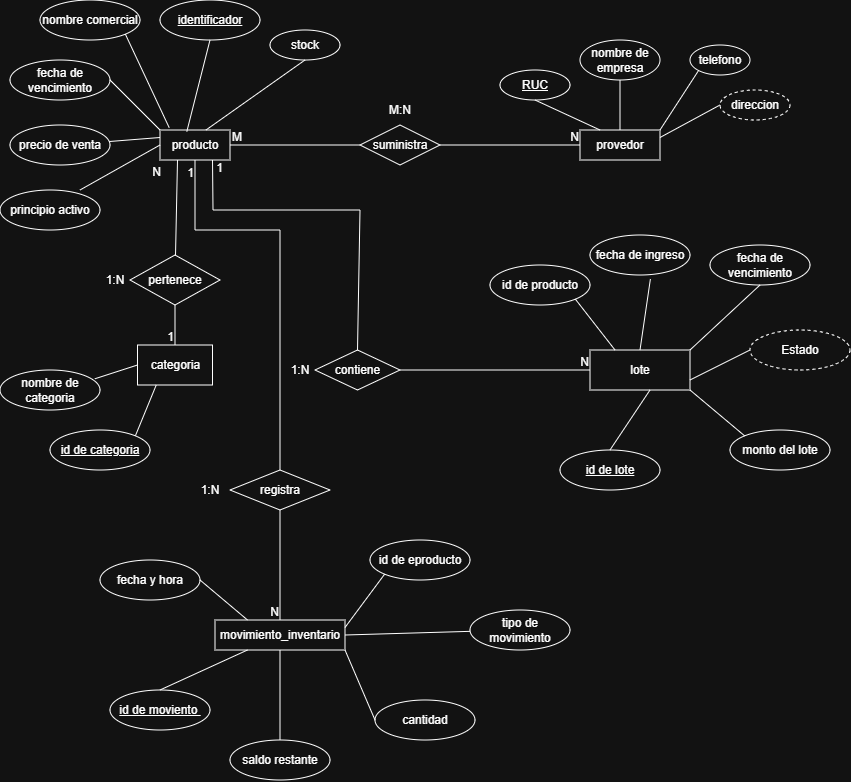
The draw.io diagram Modelo-ER-ProyectoU1.png in Criss-21/Diagramas-Base-De-DAtos, before a commit. Source tidied: cells renumbered, new cells last; positions are measured from the earlier drawing's top-left corner, leaving out a move shared by most shapes.
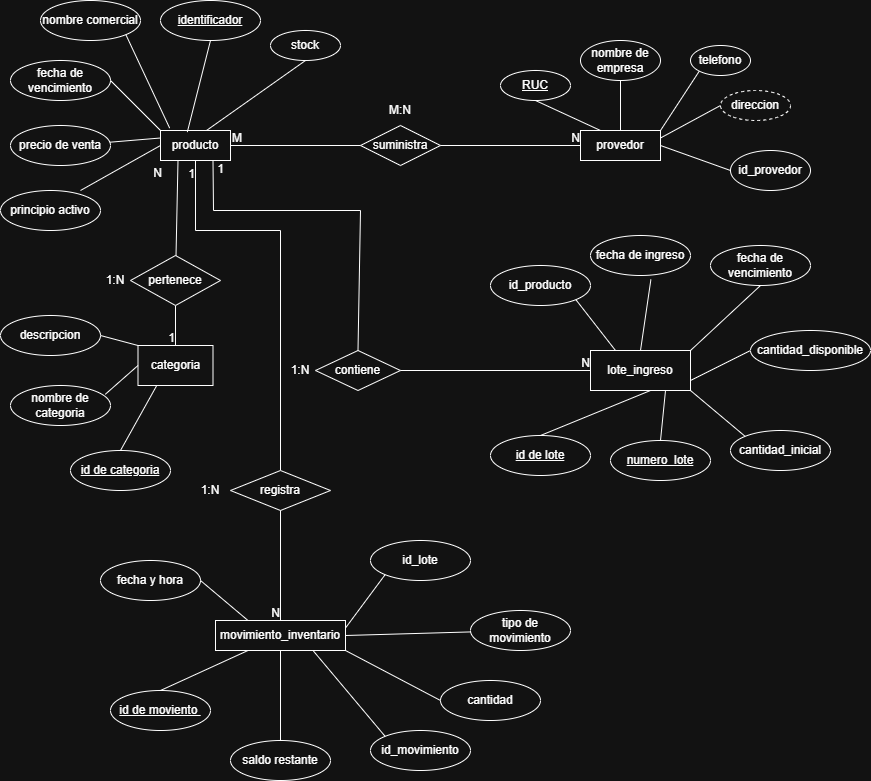
After the commit.

What changed in the source:
```diff
@@ -87,38 +87,35 @@
       <mxGeometry x="137.5" y="345" width="75" height="40" as="geometry" />
     </mxCell>
     <mxCell id="30" value="nombre de categoria" style="ellipse;whiteSpace=wrap;html=1;align=center;" parent="1" vertex="1">
-      <mxGeometry y="370" width="100" height="40" as="geometry" />
+      <mxGeometry x="10" y="385" width="100" height="40" as="geometry" />
     </mxCell>
     <mxCell id="31" style="endArrow=none;html=1;rounded=0;entryX=0.948;entryY=0.22;entryDx=0;entryDy=0;exitX=0;exitY=0.5;exitDx=0;exitDy=0;entryPerimeter=0;" parent="1" edge="1" source="29" target="30">
       <mxGeometry relative="1" as="geometry" />
     </mxCell>
-    <mxCell id="32" style="endArrow=none;html=1;rounded=0;exitX=1;exitY=0;exitDx=0;exitDy=0;entryX=0.25;entryY=1;entryDx=0;entryDy=0;" parent="1" edge="1" source="39" target="29">
+    <mxCell id="32" style="endArrow=none;html=1;rounded=0;exitX=0.5;exitY=0;exitDx=0;exitDy=0;entryX=0.25;entryY=1;entryDx=0;entryDy=0;" parent="1" edge="1" source="39" target="29">
       <mxGeometry relative="1" as="geometry" />
     </mxCell>
-    <mxCell id="33" value="lote" style="whiteSpace=wrap;html=1;align=center;" parent="1" vertex="1">
+    <mxCell id="33" value="lote_ingreso" style="whiteSpace=wrap;html=1;align=center;" parent="1" vertex="1">
       <mxGeometry x="590" y="350" width="100" height="40" as="geometry" />
     </mxCell>
     <mxCell id="34" value="fecha de ingreso" style="ellipse;whiteSpace=wrap;html=1;align=center;" parent="1" vertex="1">
       <mxGeometry x="590" y="235" width="100" height="40" as="geometry" />
     </mxCell>
-    <mxCell id="35" value="id de producto" style="ellipse;whiteSpace=wrap;html=1;align=center;" parent="1" vertex="1">
+    <mxCell id="35" value="id_producto" style="ellipse;whiteSpace=wrap;html=1;align=center;" parent="1" vertex="1">
       <mxGeometry x="490" y="265" width="100" height="40" as="geometry" />
     </mxCell>
     <mxCell id="36" value="id de lote" style="ellipse;whiteSpace=wrap;html=1;align=center;fontStyle=4;" parent="1" vertex="1">
-      <mxGeometry x="560" y="450" width="100" height="40" as="geometry" />
+      <mxGeometry x="490" y="435" width="100" height="40" as="geometry" />
     </mxCell>
-    <mxCell id="37" value="monto del lote" style="ellipse;whiteSpace=wrap;html=1;align=center;" parent="1" vertex="1">
+    <mxCell id="37" value="cantidad_inicial" style="ellipse;whiteSpace=wrap;html=1;align=center;" parent="1" vertex="1">
       <mxGeometry x="730" y="430" width="100" height="40" as="geometry" />
     </mxCell>
     <mxCell id="38" value="fecha de vencimiento" style="ellipse;whiteSpace=wrap;html=1;align=center;" parent="1" vertex="1">
       <mxGeometry x="710" y="245" width="100" height="40" as="geometry" />
     </mxCell>
     <mxCell id="39" value="id de categoria" style="ellipse;whiteSpace=wrap;html=1;align=center;fontStyle=4;" parent="1" vertex="1">
-      <mxGeometry x="50" y="430" width="100" height="40" as="geometry" />
+      <mxGeometry x="70" y="450" width="100" height="40" as="geometry" />
     </mxCell>
-    <mxCell id="40" value="Estado" style="ellipse;whiteSpace=wrap;html=1;align=center;dashed=1;" parent="1" vertex="1">
-      <mxGeometry x="750" y="330" width="100" height="40" as="geometry" />
-    </mxCell>
     <mxCell id="41" style="endArrow=none;html=1;rounded=0;entryX=1;entryY=1;entryDx=0;entryDy=0;exitX=0.25;exitY=0;exitDx=0;exitDy=0;" parent="1" edge="1" source="33" target="35">
       <mxGeometry relative="1" as="geometry" />
     </mxCell>
@@ -134,13 +131,15 @@
     <mxCell id="45" style="endArrow=none;html=1;rounded=0;entryX=1;entryY=1;entryDx=0;entryDy=0;exitX=0;exitY=0;exitDx=0;exitDy=0;" parent="1" edge="1" source="37" target="33">
       <mxGeometry relative="1" as="geometry" />
     </mxCell>
-    <mxCell id="46" style="endArrow=none;html=1;rounded=0;exitX=0;exitY=0.5;exitDx=0;exitDy=0;entryX=1;entryY=0.75;entryDx=0;entryDy=0;" parent="1" edge="1" source="40" target="33">
-      <mxGeometry relative="1" as="geometry" />
+    <mxCell id="46" style="endArrow=none;html=1;rounded=0;exitX=0;exitY=0.5;exitDx=0;exitDy=0;entryX=1;entryY=0.75;entryDx=0;entryDy=0;" parent="1" edge="1" target="33">
+      <mxGeometry relative="1" as="geometry">
+        <mxPoint x="750" y="350" as="sourcePoint" />
+      </mxGeometry>
     </mxCell>
     <mxCell id="47" value="movimiento_inventario" style="whiteSpace=wrap;html=1;align=center;" parent="1" vertex="1">
       <mxGeometry x="215" y="620" width="130" height="30" as="geometry" />
     </mxCell>
-    <mxCell id="48" value="id de eproducto" style="ellipse;whiteSpace=wrap;html=1;align=center;" parent="1" vertex="1">
+    <mxCell id="48" value="id_lote" style="ellipse;whiteSpace=wrap;html=1;align=center;" parent="1" vertex="1">
       <mxGeometry x="370" y="540" width="100" height="40" as="geometry" />
     </mxCell>
     <mxCell id="49" value="id de moviento&amp;nbsp;" style="ellipse;whiteSpace=wrap;html=1;align=center;fontStyle=4;" parent="1" vertex="1">
@@ -150,7 +149,7 @@
       <mxGeometry x="470" y="610" width="100" height="40" as="geometry" />
     </mxCell>
     <mxCell id="51" value="cantidad" style="ellipse;whiteSpace=wrap;html=1;align=center;" parent="1" vertex="1">
-      <mxGeometry x="375" y="700" width="100" height="40" as="geometry" />
+      <mxGeometry x="440" y="680" width="100" height="40" as="geometry" />
     </mxCell>
     <mxCell id="52" value="fecha y hora" style="ellipse;whiteSpace=wrap;html=1;align=center;" parent="1" vertex="1">
       <mxGeometry x="100" y="560" width="100" height="40" as="geometry" />
@@ -249,5 +248,32 @@
     <mxCell id="78" value="1:N" style="text;html=1;whiteSpace=wrap;strokeColor=none;fillColor=none;align=center;verticalAlign=middle;rounded=0;" parent="1" vertex="1">
       <mxGeometry x="180" y="475" width="60" height="30" as="geometry" />
     </mxCell>
+    <mxCell id="79" value="descripcion" style="ellipse;whiteSpace=wrap;html=1;align=center;" parent="1" vertex="1">
+      <mxGeometry y="315" width="100" height="40" as="geometry" />
+    </mxCell>
+    <mxCell id="80" style="endArrow=none;html=1;rounded=0;entryX=0;entryY=0;entryDx=0;entryDy=0;exitX=1;exitY=0.5;exitDx=0;exitDy=0;" parent="1" edge="1" source="79" target="29">
+      <mxGeometry relative="1" as="geometry" />
+    </mxCell>
+    <mxCell id="81" value="id_provedor" style="ellipse;whiteSpace=wrap;html=1;align=center;" parent="1" vertex="1">
+      <mxGeometry x="730" y="150" width="80" height="40" as="geometry" />
+    </mxCell>
+    <mxCell id="82" style="endArrow=none;html=1;rounded=0;entryX=1;entryY=0.5;entryDx=0;entryDy=0;exitX=0;exitY=0.5;exitDx=0;exitDy=0;" parent="1" edge="1" source="81" target="15">
+      <mxGeometry relative="1" as="geometry" />
+    </mxCell>
+    <mxCell id="83" value="cantidad_disponible" style="ellipse;whiteSpace=wrap;html=1;align=center;" parent="1" vertex="1">
+      <mxGeometry x="750" y="330" width="120" height="40" as="geometry" />
+    </mxCell>
+    <mxCell id="84" value="numero_lote" style="ellipse;whiteSpace=wrap;html=1;align=center;fontStyle=4;" parent="1" vertex="1">
+      <mxGeometry x="610" y="440" width="100" height="40" as="geometry" />
+    </mxCell>
+    <mxCell id="85" style="endArrow=none;html=1;rounded=0;entryX=0.75;entryY=1;entryDx=0;entryDy=0;exitX=0.5;exitY=0;exitDx=0;exitDy=0;" parent="1" edge="1" source="84" target="33">
+      <mxGeometry relative="1" as="geometry" />
+    </mxCell>
+    <mxCell id="86" value="id_movimiento" style="ellipse;whiteSpace=wrap;html=1;align=center;" parent="1" vertex="1">
+      <mxGeometry x="370" y="730" width="100" height="40" as="geometry" />
+    </mxCell>
+    <mxCell id="87" style="endArrow=none;html=1;rounded=0;entryX=0.75;entryY=1;entryDx=0;entryDy=0;exitX=0;exitY=0;exitDx=0;exitDy=0;" parent="1" edge="1" source="86" target="47">
+      <mxGeometry relative="1" as="geometry" />
+    </mxCell>
   </root>
 </mxGraphModel>
```
